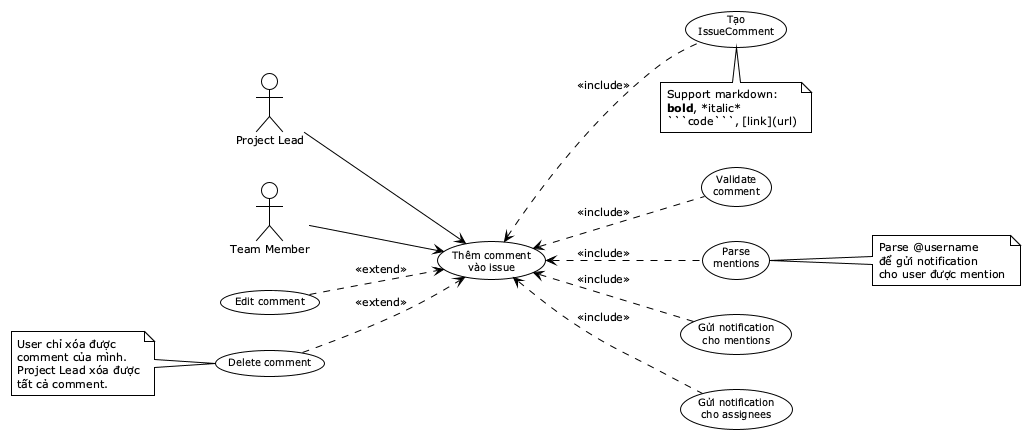
Before: reports/dat-examples/report/images/uc03_5_add_comment.png, a diagram exported from PlantUML (toantran292/datn).
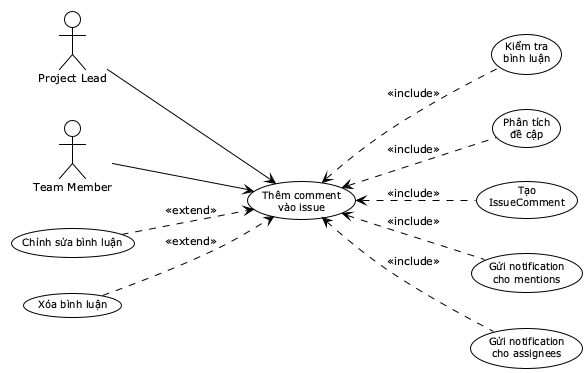
Above is the later version.

What changed in the source:
````diff
@@ -9,13 +9,13 @@
 actor "Team Member" as TM
 
 usecase "Thêm comment\nvào issue" as UC_AddComment
-usecase "Validate\ncomment" as UC_Validate
-usecase "Parse\nmentions" as UC_ParseMention
+usecase "Kiểm tra\nbình luận" as UC_Validate
+usecase "Phân tích\nđề cập" as UC_ParseMention
 usecase "Tạo\nIssueComment" as UC_CreateComment
 usecase "Gửi notification\ncho mentions" as UC_NotifyMention
 usecase "Gửi notification\ncho assignees" as UC_NotifyAssignees
-usecase "Edit comment" as UC_EditComment
-usecase "Delete comment" as UC_DeleteComment
+usecase "Chỉnh sửa bình luận" as UC_EditComment
+usecase "Xóa bình luận" as UC_DeleteComment
 
 PL --> UC_AddComment
 TM --> UC_AddComment
@@ -29,23 +29,7 @@
 UC_EditComment ..> UC_AddComment : <<extend>>
 UC_DeleteComment ..> UC_AddComment : <<extend>>
 
-note right of UC_ParseMention
-  Parse @username
-  để gửi notification
-  cho user được mention
-end note
 
-note bottom of UC_CreateComment
-  Support markdown:
-  **bold**, *italic*
-  ```code```, [link](url)
-end note
 
-note left of UC_DeleteComment
-  User chỉ xóa được
-  comment của mình.
-  Project Lead xóa được
-  tất cả comment.
-end note
 
 @enduml
````
